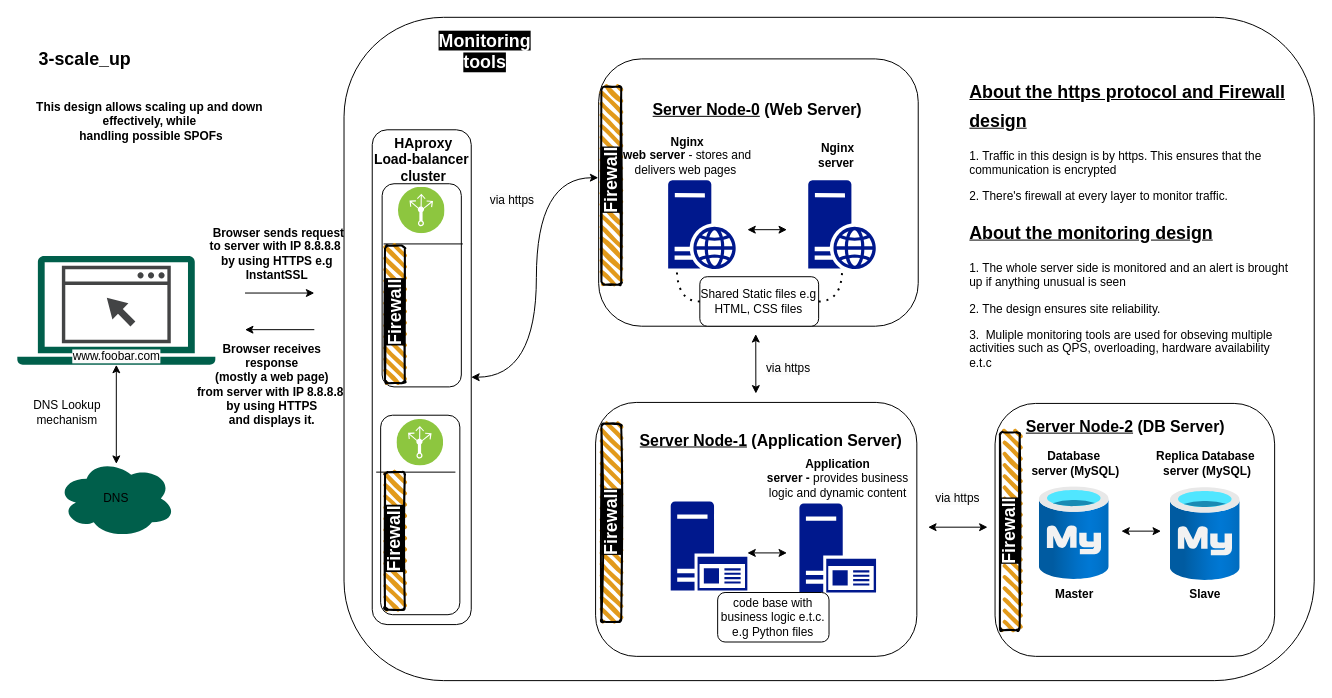
Earlier version of the draw.io diagram 0x09-web_infrastructure_design/images/3-scale_up.drawio (TheOneNyangweso/alx-system_engineering-devops). Source tidied: cells renumbered, new cells numbered last; positions are measured from the earlier drawing's top-left corner, leaving out a move shared by most shapes. Both pictures are drawn from the tidied source at 99%, with x=0, y=0 at pixel (17, 17).
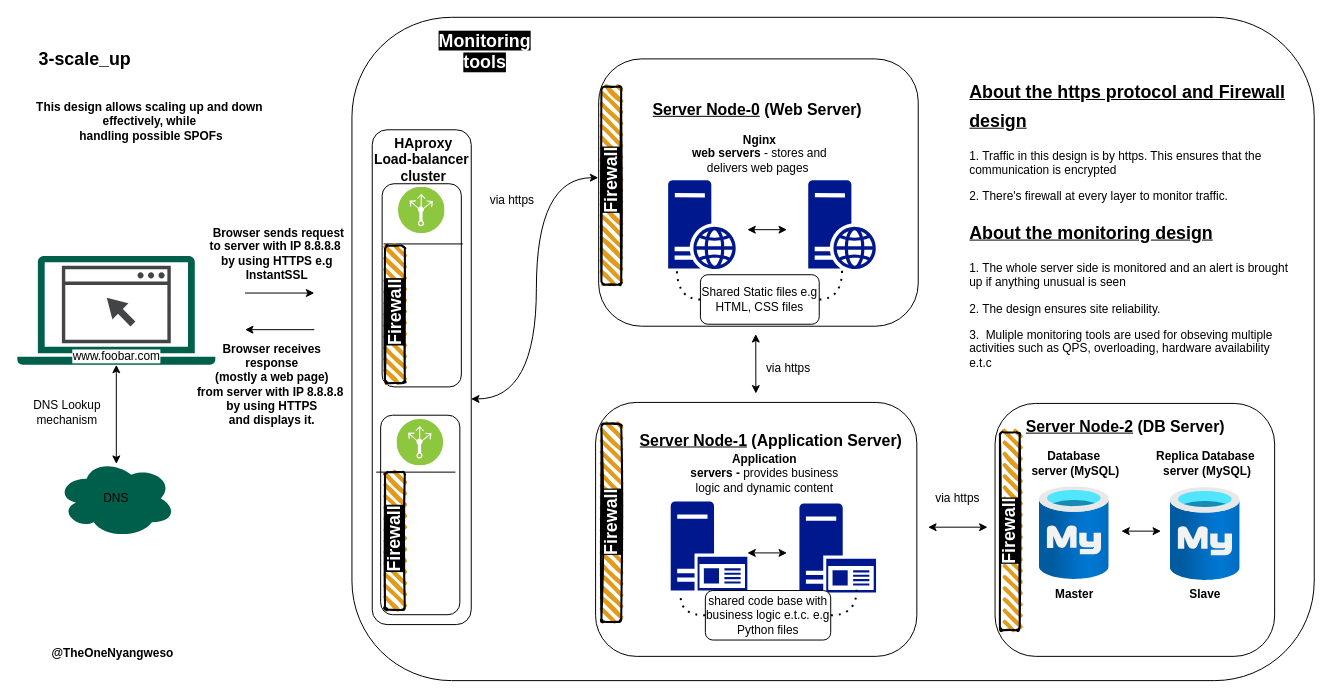
After the change.

Unchanged cells that the change refers to:
```xml
<mxCell id="3" style="rounded=1;whiteSpace=wrap;html=1;" parent="1" vertex="1">
  <mxGeometry x="358.5" y="113.6" width="100" height="499.8" as="geometry" />
</mxCell>
<mxCell id="24" style="rounded=1;whiteSpace=wrap;html=1;strokeWidth=2;fillWeight=4;hachureGap=8;hachureAngle=45;fillColor=#E29A1B;sketch=1;" parent="1" vertex="1">
  <mxGeometry x="590" y="70" width="20" height="200" as="geometry" />
</mxCell>
<mxCell id="29" style="sketch=0;shadow=0;dashed=0;html=1;strokeColor=none;labelPosition=center;verticalLabelPosition=bottom;verticalAlign=top;align=center;fillColor=#00188D;shape=mxgraph.mscae.enterprise.application_server2;" parent="1" vertex="1">
  <mxGeometry x="790" y="491" width="77.4" height="90" as="geometry" />
</mxCell>
<mxCell id="37" style="sketch=0;shadow=0;dashed=0;html=1;strokeColor=none;labelPosition=center;verticalLabelPosition=bottom;verticalAlign=top;align=center;fillColor=#00188D;shape=mxgraph.mscae.enterprise.application_server2;" parent="1" vertex="1">
  <mxGeometry x="660" y="489" width="77.4" height="90" as="geometry" />
</mxCell>
```

What changed in the source:
```diff
@@
     <mxCell id="2" style="rounded=1;whiteSpace=wrap;html=1;" parent="1" vertex="1">
-      <mxGeometry x="330" width="980" height="670" as="geometry" />
+      <mxGeometry x="338" width="972" height="670" as="geometry" />
     </mxCell>
@@
-    <mxCell id="22" style="endArrow=classic;startArrow=classic;html=1;rounded=0;edgeStyle=orthogonalEdgeStyle;curved=1;exitX=1;exitY=0.5;exitDx=0;exitDy=0;entryX=-0.158;entryY=0.46;entryDx=0;entryDy=0;entryPerimeter=0;" parent="1" edge="1" source="3" target="24">
+    <mxCell id="22" style="endArrow=classic;startArrow=classic;html=1;rounded=0;edgeStyle=orthogonalEdgeStyle;curved=1;exitX=0.998;exitY=0.544;exitDx=0;exitDy=0;entryX=-0.158;entryY=0.46;entryDx=0;entryDy=0;entryPerimeter=0;exitPerimeter=0;" parent="1" edge="1" source="3" target="24">
       <mxGeometry relative="1" as="geometry" />
     </mxCell>
@@
-    <mxCell id="31" value="&lt;b&gt;Application&lt;/b&gt;&lt;div&gt;&lt;b&gt;server - &lt;/b&gt;provides business logic and dynamic content&lt;/div&gt;" style="text;html=1;align=center;verticalAlign=middle;whiteSpace=wrap;rounded=0;" parent="1" vertex="1">
-      <mxGeometry x="748.7" y="451" width="160" height="30" as="geometry" />
+    <mxCell id="31" value="&lt;b&gt;Application&lt;/b&gt;&lt;div&gt;&lt;b&gt;servers - &lt;/b&gt;provides business logic and dynamic content&lt;/div&gt;" style="text;html=1;align=center;verticalAlign=middle;whiteSpace=wrap;rounded=0;" parent="1" vertex="1">
+      <mxGeometry x="675" y="446" width="160" height="30" as="geometry" />
     </mxCell>
@@
-    <mxCell id="33" value="code base with business logic e.t.c. e.g Python files" style="rounded=1;whiteSpace=wrap;html=1;" parent="1" vertex="1">
-      <mxGeometry x="707.4" y="581" width="112.5" height="50" as="geometry" />
-    </mxCell>
@@
-    <mxCell id="39" value="&lt;b&gt;Nginx&lt;/b&gt;&lt;div&gt;&lt;b&gt;web server&lt;/b&gt;&amp;nbsp;- stores and delivers web pages&amp;nbsp;&lt;/div&gt;" style="text;html=1;align=center;verticalAlign=middle;whiteSpace=wrap;rounded=0;" parent="1" vertex="1">
-      <mxGeometry x="607.4" y="124.5" width="140" height="30" as="geometry" />
+    <mxCell id="39" value="&lt;b&gt;Nginx&lt;/b&gt;&lt;div&gt;&lt;b&gt;web servers&lt;/b&gt;&amp;nbsp;- stores and delivers web pages&amp;nbsp;&lt;/div&gt;" style="text;html=1;align=center;verticalAlign=middle;whiteSpace=wrap;rounded=0;" parent="1" vertex="1">
+      <mxGeometry x="680" y="123" width="140" height="30" as="geometry" />
     </mxCell>
-    <mxCell id="40" value="&lt;b&gt;Nginx&lt;/b&gt;&lt;div&gt;&lt;b&gt;server&amp;nbsp;&lt;/b&gt;&lt;/div&gt;" style="text;html=1;align=center;verticalAlign=middle;whiteSpace=wrap;rounded=0;" parent="1" vertex="1">
-      <mxGeometry x="748.6" y="124.5" width="160" height="30" as="geometry" />
-    </mxCell>
     <mxCell id="41" value="Shared Static files e.g&lt;div&gt;HTML, CSS files&lt;/div&gt;" style="rounded=1;whiteSpace=wrap;html=1;" parent="1" vertex="1">
-      <mxGeometry x="689.4" y="262" width="120" height="50" as="geometry" />
+      <mxGeometry x="690" y="260" width="120" height="50" as="geometry" />
     </mxCell>
@@
+    <mxCell id="68" style="endArrow=none;dashed=1;html=1;dashPattern=1 3;strokeWidth=2;rounded=0;edgeStyle=orthogonalEdgeStyle;curved=1;exitX=0;exitY=0.5;exitDx=0;exitDy=0;entryX=0.129;entryY=1.062;entryDx=0;entryDy=0;entryPerimeter=0;" parent="1" edge="1" source="33" target="37">
+      <mxGeometry relative="1" as="geometry" />
+    </mxCell>
+    <mxCell id="69" style="endArrow=none;dashed=1;html=1;dashPattern=1 3;strokeWidth=2;rounded=0;edgeStyle=orthogonalEdgeStyle;curved=1;exitX=1;exitY=0.5;exitDx=0;exitDy=0;entryX=0.746;entryY=0.969;entryDx=0;entryDy=0;entryPerimeter=0;" parent="1" edge="1" source="33" target="29">
+      <mxGeometry relative="1" as="geometry" />
+    </mxCell>
+    <mxCell id="33" value="shared code base with business logic e.t.c. e.g Python files" style="rounded=1;whiteSpace=wrap;html=1;" parent="1" vertex="1">
+      <mxGeometry x="695" y="579" width="126.6" height="50" as="geometry" />
+    </mxCell>
+    <mxCell id="70" value="&lt;b&gt;@TheOneNyangweso&lt;/b&gt;" style="text;html=1;align=center;verticalAlign=middle;strokeColor=none;fillColor=none;" parent="1" vertex="1">
+      <mxGeometry x="25" y="630" width="141" height="26" as="geometry" />
+    </mxCell>
```
